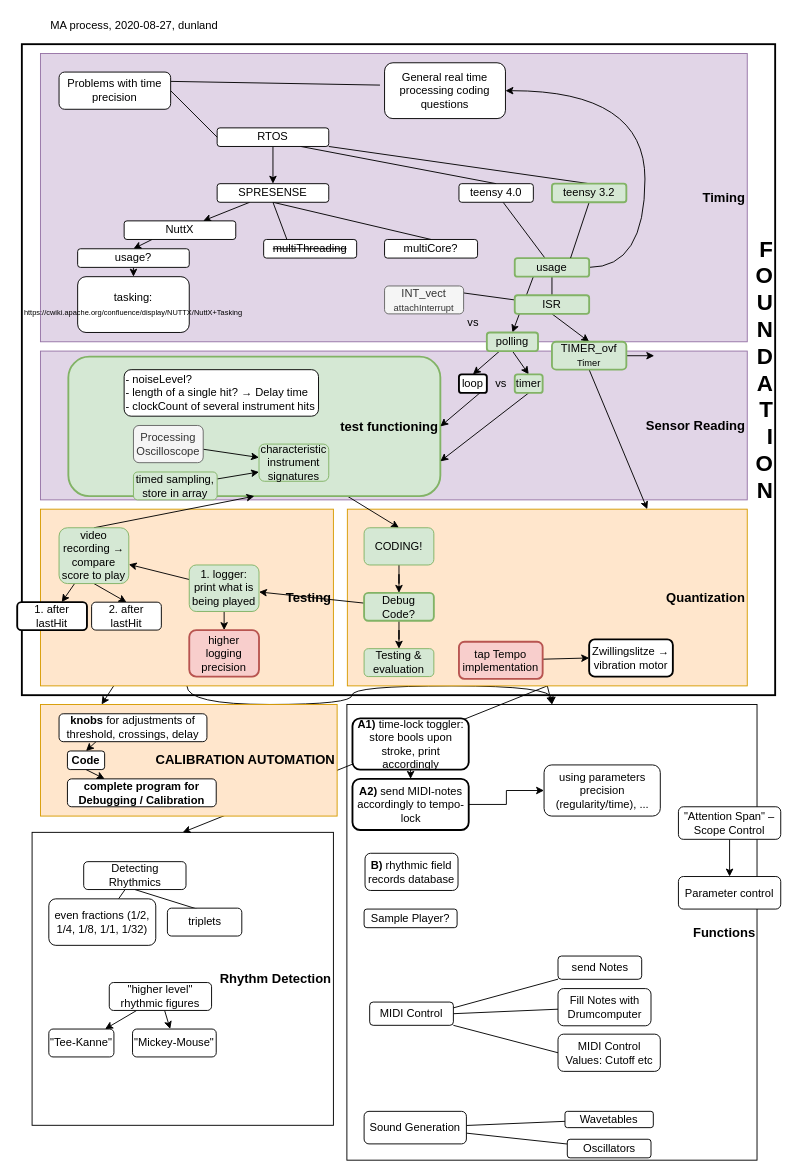
Above: page "Progress" (1 of 5) of muscle/Doc/MA_progress.drawio in dunland/muscle (draw.io), before the change. Source tidied: cells renumbered, new cells numbered last; positions are measured from the earlier drawing's top-left corner, leaving out a move shared by most shapes. Both pictures are drawn from the tidied source at 93%, with x=0, y=0 at pixel (17, 16).
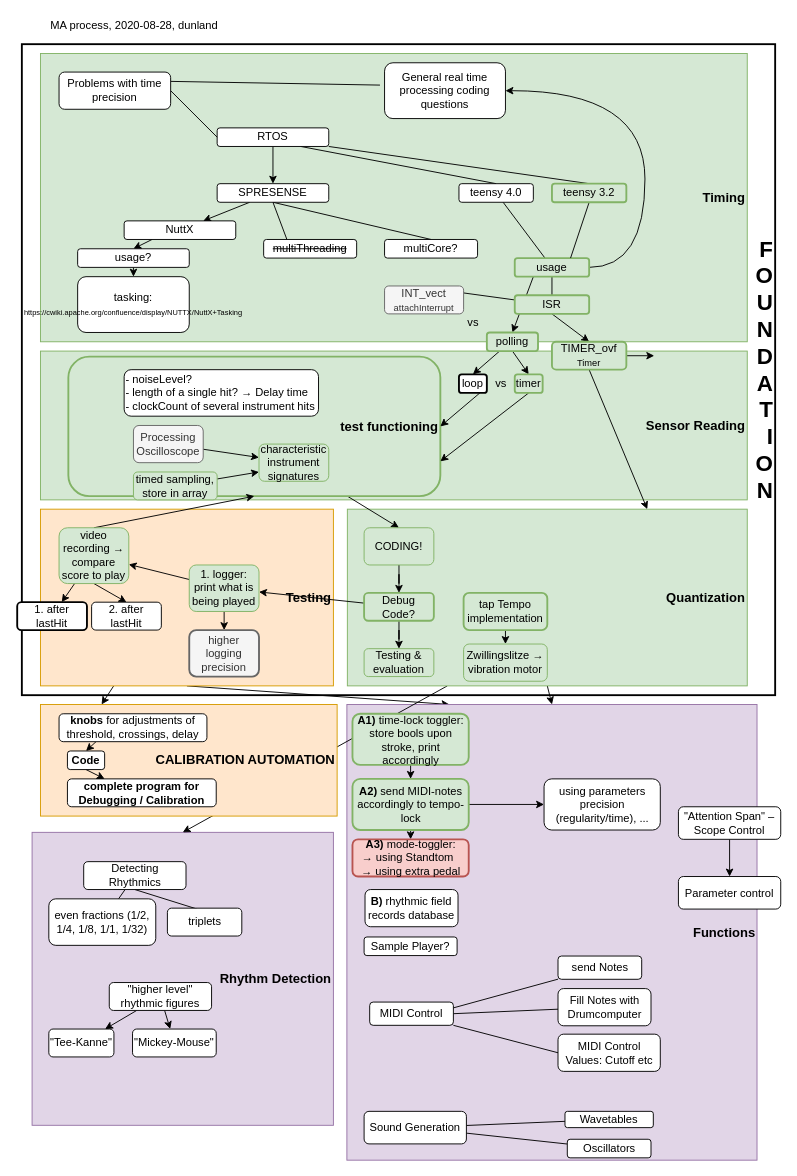
The same page after the edit.

Unchanged cells that the change refers to:
```xml
<mxCell id="5" value="&lt;font size=&quot;1&quot;&gt;&lt;b style=&quot;font-size: 14px&quot;&gt;Testing&lt;br&gt;&lt;/b&gt;&lt;/font&gt;" style="rounded=0;whiteSpace=wrap;html=1;align=right;strokeColor=#d79b00;fillColor=#ffe6cc;" parent="1" vertex="1">
  <mxGeometry x="25" y="530" width="315" height="190" as="geometry" />
</mxCell>
```

Change to the diagram source:
```diff
@@
-    <mxCell id="4" style="edgeStyle=orthogonalEdgeStyle;curved=1;rounded=0;jettySize=auto;html=1;exitX=0.5;exitY=1;exitDx=0;exitDy=0;entryX=0.5;entryY=0;entryDx=0;entryDy=0;" parent="1" edge="1" source="5" target="34">
+    <mxCell id="4" style="rounded=0;jettySize=auto;html=1;exitX=0.5;exitY=1;exitDx=0;exitDy=0;entryX=0.25;entryY=0;entryDx=0;entryDy=0;" parent="1" edge="1" source="5" target="34">
       <mxGeometry relative="1" as="geometry" />
     </mxCell>
@@
-    <mxCell id="6" value="&lt;span style=&quot;font-size: 14px&quot;&gt;&lt;b&gt;Sensor Reading&lt;/b&gt;&lt;/span&gt;" style="rounded=0;whiteSpace=wrap;html=1;align=right;strokeColor=#9673a6;fillColor=#e1d5e7;" parent="1" vertex="1">
+    <mxCell id="6" value="&lt;span style=&quot;font-size: 14px&quot;&gt;&lt;b&gt;Sensor Reading&lt;/b&gt;&lt;/span&gt;" style="rounded=0;whiteSpace=wrap;html=1;align=right;strokeColor=#82b366;fillColor=#d5e8d4;" parent="1" vertex="1">
       <mxGeometry x="25" y="360" width="760" height="160" as="geometry" />
     </mxCell>
-    <mxCell id="7" value="&lt;font size=&quot;1&quot;&gt;&lt;b style=&quot;font-size: 14px&quot;&gt;Timing&lt;/b&gt;&lt;/font&gt;" style="rounded=0;whiteSpace=wrap;html=1;align=right;strokeColor=#9673a6;fillColor=#e1d5e7;" parent="1" vertex="1">
+    <mxCell id="7" value="&lt;font size=&quot;1&quot;&gt;&lt;b style=&quot;font-size: 14px&quot;&gt;Timing&lt;/b&gt;&lt;/font&gt;" style="rounded=0;whiteSpace=wrap;html=1;align=right;strokeColor=#82b366;fillColor=#d5e8d4;" parent="1" vertex="1">
       <mxGeometry x="25" y="40" width="760" height="310" as="geometry" />
     </mxCell>
@@
-    <mxCell id="33" value="&lt;font size=&quot;1&quot;&gt;&lt;b style=&quot;font-size: 14px&quot;&gt;Rhythm Detection&lt;/b&gt;&lt;/font&gt;" style="rounded=0;whiteSpace=wrap;html=1;align=right;" parent="1" vertex="1">
+    <mxCell id="33" value="&lt;font size=&quot;1&quot;&gt;&lt;b style=&quot;font-size: 14px&quot;&gt;Rhythm Detection&lt;/b&gt;&lt;/font&gt;" style="rounded=0;whiteSpace=wrap;html=1;align=right;fillColor=#e1d5e7;strokeColor=#9673a6;" parent="1" vertex="1">
       <mxGeometry x="16" y="877.5" width="324" height="315" as="geometry" />
     </mxCell>
-    <mxCell id="34" value="&lt;font size=&quot;1&quot;&gt;&lt;b style=&quot;font-size: 14px&quot;&gt;Functions&lt;br&gt;&lt;/b&gt;&lt;/font&gt;" style="rounded=0;whiteSpace=wrap;html=1;align=right;" parent="1" vertex="1">
+    <mxCell id="34" value="&lt;font size=&quot;1&quot;&gt;&lt;b style=&quot;font-size: 14px&quot;&gt;Functions&lt;br&gt;&lt;/b&gt;&lt;/font&gt;" style="rounded=0;whiteSpace=wrap;html=1;align=right;fillColor=#e1d5e7;strokeColor=#9673a6;" parent="1" vertex="1">
       <mxGeometry x="354.5" y="740" width="441" height="490" as="geometry" />
     </mxCell>
     <mxCell id="35" value="Sample Player?" style="rounded=1;whiteSpace=wrap;html=1;" parent="1" vertex="1">
-      <mxGeometry x="373" y="960" width="100" height="20" as="geometry" />
+      <mxGeometry x="373" y="990" width="100" height="20" as="geometry" />
     </mxCell>
@@
-    <mxCell id="54" value="&lt;div align=&quot;left&quot;&gt;MA process, 2020-08-27, dunland&lt;br&gt;&lt;/div&gt;" style="text;html=1;strokeColor=none;fillColor=none;align=left;verticalAlign=middle;whiteSpace=wrap;rounded=0;" parent="1" vertex="1">
+    <mxCell id="54" value="&lt;div align=&quot;left&quot;&gt;MA process, 2020-08-28, dunland&lt;br&gt;&lt;/div&gt;" style="text;html=1;strokeColor=none;fillColor=none;align=left;verticalAlign=middle;whiteSpace=wrap;rounded=0;" parent="1" vertex="1">
       <mxGeometry x="34" width="350" height="20" as="geometry" />
     </mxCell>
-    <mxCell id="55" style="edgeStyle=none;rounded=0;jettySize=auto;html=1;entryX=0.5;entryY=0;entryDx=0;entryDy=0;exitX=0.5;exitY=1;exitDx=0;exitDy=0;" parent="1" edge="1" source="57" target="33">
+    <mxCell id="55" style="edgeStyle=none;rounded=0;jettySize=auto;html=1;entryX=0.5;entryY=0;entryDx=0;entryDy=0;exitX=0.25;exitY=1;exitDx=0;exitDy=0;" parent="1" edge="1" source="57" target="33">
       <mxGeometry relative="1" as="geometry" />
     </mxCell>
@@
-    <mxCell id="57" value="&lt;font size=&quot;1&quot;&gt;&lt;b style=&quot;font-size: 14px&quot;&gt;Quantization&lt;br&gt;&lt;/b&gt;&lt;/font&gt;" style="rounded=0;whiteSpace=wrap;html=1;align=right;strokeColor=#d79b00;fillColor=#ffe6cc;" parent="1" vertex="1">
+    <mxCell id="57" value="&lt;font size=&quot;1&quot;&gt;&lt;b style=&quot;font-size: 14px&quot;&gt;Quantization&lt;br&gt;&lt;/b&gt;&lt;/font&gt;" style="rounded=0;whiteSpace=wrap;html=1;align=right;strokeColor=#82b366;fillColor=#d5e8d4;" parent="1" vertex="1">
       <mxGeometry x="355" y="530" width="430" height="190" as="geometry" />
     </mxCell>
@@
-    <mxCell id="107" style="edgeStyle=none;rounded=0;jettySize=auto;html=1;entryX=0;entryY=0.5;entryDx=0;entryDy=0;" parent="1" edge="1" source="108" target="115">
+    <mxCell id="107" style="edgeStyle=none;rounded=0;jettySize=auto;html=1;entryX=0.5;entryY=0;entryDx=0;entryDy=0;" parent="1" edge="1" source="108" target="115">
       <mxGeometry relative="1" as="geometry" />
     </mxCell>
-    <mxCell id="108" value="tap Tempo implementation" style="rounded=1;whiteSpace=wrap;html=1;strokeWidth=2;fillColor=#f8cecc;strokeColor=#b85450;" parent="1" vertex="1">
-      <mxGeometry x="475" y="672.5" width="90" height="40" as="geometry" />
+    <mxCell id="108" value="tap Tempo implementation" style="rounded=1;whiteSpace=wrap;html=1;strokeWidth=2;fillColor=#d5e8d4;strokeColor=#82b366;" parent="1" vertex="1">
+      <mxGeometry x="480" y="620" width="90" height="40" as="geometry" />
     </mxCell>
@@
-    <mxCell id="115" value="Zwillingslitze → vibration motor" style="rounded=1;whiteSpace=wrap;html=1;strokeWidth=2;" parent="1" vertex="1">
-      <mxGeometry x="615" y="670" width="90" height="40" as="geometry" />
+    <mxCell id="115" value="Zwillingslitze → vibration motor" style="rounded=1;whiteSpace=wrap;html=1;strokeWidth=1;fillColor=#d5e8d4;strokeColor=#82b366;" parent="1" vertex="1">
+      <mxGeometry x="480" y="675" width="90" height="40" as="geometry" />
     </mxCell>
@@
+    <mxCell id="123" style="edgeStyle=none;rounded=0;jettySize=auto;html=1;exitX=0.5;exitY=1;exitDx=0;exitDy=0;entryX=0.5;entryY=0;entryDx=0;entryDy=0;" parent="1" edge="1" source="117" target="124">
+      <mxGeometry relative="1" as="geometry" />
+    </mxCell>
-    <mxCell id="117" value="&lt;b&gt;A2)&lt;/b&gt; send MIDI-notes accordingly to tempo-lock" style="rounded=1;whiteSpace=wrap;html=1;strokeWidth=2;" parent="1" vertex="1">
+    <mxCell id="117" value="&lt;b&gt;A2)&lt;/b&gt; send MIDI-notes accordingly to tempo-lock" style="rounded=1;whiteSpace=wrap;html=1;strokeWidth=2;fillColor=#d5e8d4;strokeColor=#82b366;" parent="1" vertex="1">
       <mxGeometry x="360.5" y="820" width="125" height="55" as="geometry" />
     </mxCell>
     <mxCell id="118" value="using parameters precision (regularity/time), ..." style="rounded=1;whiteSpace=wrap;html=1;strokeWidth=1;" parent="1" vertex="1">
-      <mxGeometry x="566.5" y="805" width="125" height="55" as="geometry" />
+      <mxGeometry x="566.5" y="820" width="125" height="55" as="geometry" />
     </mxCell>
     <mxCell id="119" value="&lt;b&gt;B)&lt;/b&gt; rhythmic field records database" style="rounded=1;whiteSpace=wrap;html=1;" parent="1" vertex="1">
-      <mxGeometry x="374" y="900" width="100" height="40" as="geometry" />
+      <mxGeometry x="374" y="939" width="100" height="40" as="geometry" />
     </mxCell>
@@
-    <mxCell id="121" value="&lt;b&gt;A1)&lt;/b&gt; time-lock toggler:&lt;br&gt;store bools upon stroke, print accordingly" style="rounded=1;whiteSpace=wrap;html=1;strokeWidth=2;" parent="1" vertex="1">
-      <mxGeometry x="360.5" y="755" width="125" height="55" as="geometry" />
+    <mxCell id="121" value="&lt;b&gt;A1)&lt;/b&gt; time-lock toggler:&lt;br&gt;store bools upon stroke, print accordingly" style="rounded=1;whiteSpace=wrap;html=1;strokeWidth=2;fillColor=#d5e8d4;strokeColor=#82b366;" parent="1" vertex="1">
+      <mxGeometry x="360.5" y="750" width="125" height="55" as="geometry" />
     </mxCell>
-    <mxCell id="122" value="higher logging precision" style="rounded=1;whiteSpace=wrap;html=1;strokeWidth=2;fillColor=#f8cecc;strokeColor=#b85450;" parent="1" vertex="1">
+    <mxCell id="122" value="higher logging precision" style="rounded=1;whiteSpace=wrap;html=1;strokeWidth=2;fillColor=#f5f5f5;strokeColor=#666666;fontColor=#333333;" parent="1" vertex="1">
       <mxGeometry x="185" y="660" width="75" height="50" as="geometry" />
     </mxCell>
+    <mxCell id="124" value="&lt;b&gt;A3)&lt;/b&gt;&amp;nbsp;mode-toggler:&lt;br&gt;→ using Standtom&amp;nbsp;&amp;nbsp;&lt;br&gt;→ using extra pedal" style="rounded=1;whiteSpace=wrap;html=1;strokeWidth=2;fillColor=#f8cecc;strokeColor=#b85450;" parent="1" vertex="1">
+      <mxGeometry x="360.5" y="885" width="125" height="40" as="geometry" />
+    </mxCell>
```
